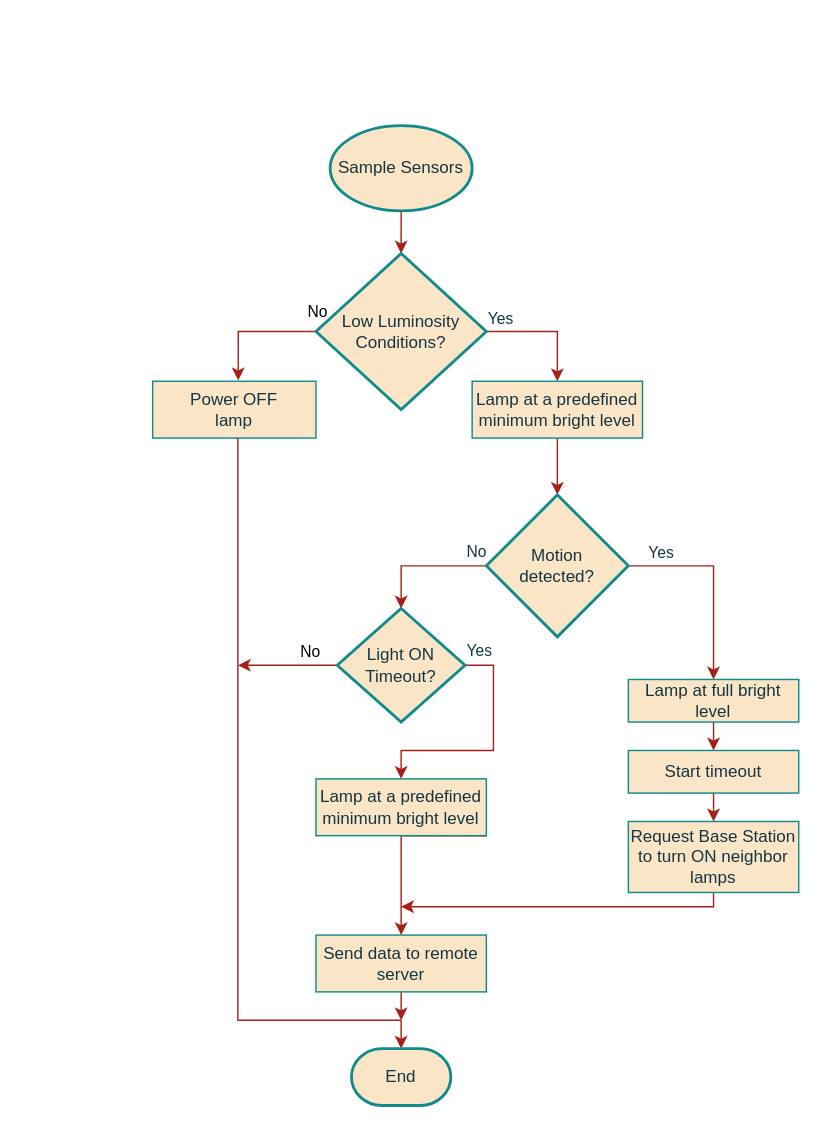
Earlier version of the draw.io diagram page "Copy of SampleSensors" (8 of 10) of project/report/flowcharts/LocalSystem.drawio (ESRGgroup9/slipad). Source tidied: cells renumbered, new cells numbered last; positions are measured from the earlier drawing's top-left corner, leaving out a move shared by most shapes. Both pictures are drawn from the tidied source at 142%, with x=0, y=0 at pixel (152, 125).
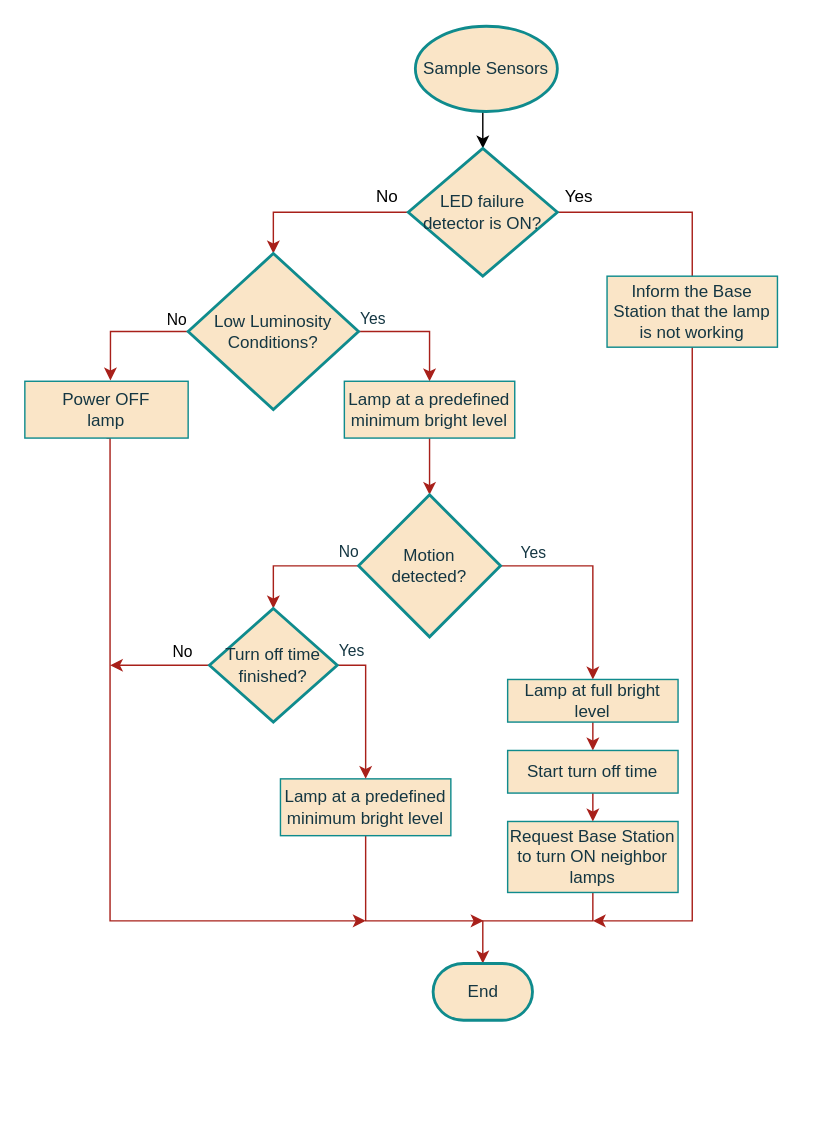
The same page after the edit.

Diff of the diagram source:
```diff
@@
-    <mxCell id="2" style="edgeStyle=orthogonalEdgeStyle;rounded=0;jettySize=auto;html=1;exitX=0.5;exitY=1;exitDx=0;exitDy=0;entryX=0.5;entryY=0;entryDx=0;entryDy=0;endArrow=classic;endFill=1;labelBackgroundColor=#DAD2D8;strokeColor=#A8201A;fontColor=#143642;" parent="1" edge="1" target="7">
-      <mxGeometry relative="1" as="geometry">
-        <mxPoint x="175" y="70" as="sourcePoint" />
+    <mxCell id="2" style="edgeStyle=orthogonalEdgeStyle;rounded=0;jettySize=auto;html=1;exitX=0;exitY=0.5;exitDx=0;exitDy=0;entryX=0.5;entryY=0;entryDx=0;entryDy=0;endArrow=classic;endFill=1;labelBackgroundColor=#DAD2D8;strokeColor=#A8201A;fontColor=#143642;" parent="1" edge="1" source="36" target="7">
+      <mxGeometry x="-0.27" y="-11" relative="1" as="geometry">
         <Array as="points">
-          <mxPoint x="175" y="40" />
+          <mxPoint x="85" y="61" />
         </Array>
       </mxGeometry>
     </mxCell>
@@
     <mxCell id="5" style="edgeStyle=orthogonalEdgeStyle;rounded=0;jettySize=auto;html=1;exitX=0;exitY=0.5;exitDx=0;exitDy=0;entryX=0.524;entryY=-0.015;entryDx=0;entryDy=0;endArrow=classic;endFill=1;strokeColor=#A8201A;entryPerimeter=0;" parent="1" edge="1" source="7" target="11">
       <mxGeometry relative="1" as="geometry">
         <Array as="points">
-          <mxPoint x="60" y="145" />
-          <mxPoint x="60" y="179" />
+          <mxPoint x="-30" y="145" />
+          <mxPoint x="-30" y="179" />
         </Array>
       </mxGeometry>
     </mxCell>
     <mxCell id="6" value="No" style="edgeLabel;html=1;align=center;verticalAlign=middle;" parent="5" vertex="1">
       <mxGeometry x="-0.68" y="3" relative="1" as="geometry">
-        <mxPoint x="14" y="-18" as="offset" />
+        <mxPoint x="5" y="-12" as="offset" />
       </mxGeometry>
     </mxCell>
     <mxCell id="7" value="Low Luminosity Conditions?" style="rhombus;whiteSpace=wrap;html=1;fillColor=#FAE5C7;strokeColor=#0F8B8D;fontColor=#143642;strokeWidth=2;" parent="1" vertex="1">
-      <mxGeometry x="115" y="90" width="120" height="110" as="geometry" />
+      <mxGeometry x="25" y="90" width="120" height="110" as="geometry" />
     </mxCell>
@@
     <mxCell id="9" value="Lamp at a predefined minimum bright level" style="rounded=0;whiteSpace=wrap;html=1;fillColor=#FAE5C7;strokeColor=#0F8B8D;fontColor=#143642;" parent="1" vertex="1">
-      <mxGeometry x="225" y="180" width="120" height="40" as="geometry" />
+      <mxGeometry x="135" y="180" width="120" height="40" as="geometry" />
     </mxCell>
-    <mxCell id="10" style="edgeStyle=orthogonalEdgeStyle;rounded=0;jettySize=auto;html=1;exitX=0.5;exitY=1;exitDx=0;exitDy=0;entryX=0.5;entryY=0;entryDx=0;entryDy=0;entryPerimeter=0;endArrow=classic;endFill=1;strokeColor=#A8201A;" parent="1" edge="1" source="11" target="26">
+    <mxCell id="10" style="edgeStyle=orthogonalEdgeStyle;rounded=0;jettySize=auto;html=1;exitX=0.5;exitY=1;exitDx=0;exitDy=0;endArrow=classic;endFill=1;strokeColor=#A8201A;" parent="1" edge="1" source="11">
       <mxGeometry relative="1" as="geometry">
+        <mxPoint x="150" y="560" as="targetPoint" />
         <Array as="points">
-          <mxPoint x="60" y="220" />
-          <mxPoint x="60" y="630" />
-          <mxPoint x="175" y="630" />
+          <mxPoint x="-30" y="220" />
+          <mxPoint x="-30" y="560" />
         </Array>
       </mxGeometry>
     </mxCell>
     <mxCell id="11" value="&lt;div&gt;Power OFF&lt;/div&gt;&lt;div&gt;lamp&lt;/div&gt;" style="rounded=0;whiteSpace=wrap;html=1;fillColor=#FAE5C7;strokeColor=#0F8B8D;fontColor=#143642;" parent="1" vertex="1">
-      <mxGeometry y="180" width="115" height="40" as="geometry" />
+      <mxGeometry x="-90" y="180" width="115" height="40" as="geometry" />
     </mxCell>
@@
     <mxCell id="14" value="No" style="edgeStyle=orthogonalEdgeStyle;rounded=0;jettySize=auto;html=1;entryX=0.5;entryY=0;entryDx=0;entryDy=0;endArrow=classic;endFill=1;labelBackgroundColor=none;strokeColor=#A8201A;fontColor=#143642;" parent="1" edge="1" source="15" target="23">
       <mxGeometry x="-0.85" y="-10" relative="1" as="geometry">
         <Array as="points">
-          <mxPoint x="175" y="310" />
+          <mxPoint x="85" y="310" />
         </Array>
       </mxGeometry>
     </mxCell>
     <mxCell id="15" value="&lt;div&gt;Motion &lt;br&gt;&lt;/div&gt;&lt;div&gt;detected?&lt;/div&gt;" style="rhombus;whiteSpace=wrap;html=1;fillColor=#FAE5C7;strokeColor=#0F8B8D;fontColor=#143642;strokeWidth=2;" parent="1" vertex="1">
-      <mxGeometry x="235" y="260" width="100" height="100" as="geometry" />
+      <mxGeometry x="145" y="260" width="100" height="100" as="geometry" />
     </mxCell>
@@
     <mxCell id="17" value="Lamp at full bright level" style="rounded=0;whiteSpace=wrap;html=1;fillColor=#FAE5C7;strokeColor=#0F8B8D;fontColor=#143642;" parent="1" vertex="1">
-      <mxGeometry x="335" y="390" width="120" height="30" as="geometry" />
+      <mxGeometry x="250" y="390" width="120" height="30" as="geometry" />
     </mxCell>
-    <mxCell id="18" style="edgeStyle=orthogonalEdgeStyle;rounded=0;jettySize=auto;html=1;exitX=0.5;exitY=1;exitDx=0;exitDy=0;endArrow=classic;endFill=1;strokeColor=#A8201A;entryX=0.5;entryY=0;entryDx=0;entryDy=0;" parent="1" edge="1" source="19" target="31">
-      <mxGeometry relative="1" as="geometry">
-        <Array as="points">
-          <mxPoint x="235" y="500" />
-          <mxPoint x="175" y="500" />
-        </Array>
-      </mxGeometry>
-    </mxCell>
+    <mxCell id="32" style="edgeStyle=orthogonalEdgeStyle;rounded=0;jettySize=auto;html=1;exitX=0.5;exitY=1;exitDx=0;exitDy=0;strokeColor=#A8201A;" parent="1" edge="1" source="19">
+      <mxGeometry relative="1" as="geometry">
+        <mxPoint x="233" y="560" as="targetPoint" />
+        <Array as="points">
+          <mxPoint x="150" y="560" />
+          <mxPoint x="233" y="560" />
+        </Array>
+      </mxGeometry>
+    </mxCell>
     <mxCell id="19" value="Lamp at a predefined minimum bright level" style="rounded=0;whiteSpace=wrap;html=1;fillColor=#FAE5C7;strokeColor=#0F8B8D;fontColor=#143642;" parent="1" vertex="1">
-      <mxGeometry x="115" y="460" width="120" height="40" as="geometry" />
+      <mxGeometry x="90" y="460" width="120" height="40" as="geometry" />
     </mxCell>
     <mxCell id="20" value="Yes" style="edgeStyle=orthogonalEdgeStyle;rounded=0;jettySize=auto;html=1;entryX=0.5;entryY=0;entryDx=0;entryDy=0;endArrow=classic;endFill=1;labelBackgroundColor=none;strokeColor=#A8201A;fontColor=#143642;" parent="1" edge="1" target="19">
-      <mxGeometry x="-0.48" y="10" relative="1" as="geometry">
-        <mxPoint x="175" y="380" as="sourcePoint" />
+      <mxGeometry x="-0.24" y="10" relative="1" as="geometry">
+        <mxPoint x="85" y="380" as="sourcePoint" />
         <Array as="points">
-          <mxPoint x="240" y="380" />
-          <mxPoint x="240" y="440" />
+          <mxPoint x="150" y="380" />
+          <mxPoint x="150" y="440" />
         </Array>
       </mxGeometry>
     </mxCell>
     <mxCell id="21" style="edgeStyle=orthogonalEdgeStyle;rounded=0;jettySize=auto;html=1;exitX=0;exitY=0.5;exitDx=0;exitDy=0;endArrow=classic;endFill=1;strokeColor=#A8201A;" parent="1" edge="1" source="23">
       <mxGeometry relative="1" as="geometry">
-        <mxPoint x="60" y="380" as="targetPoint" />
+        <mxPoint x="-30" y="380" as="targetPoint" />
       </mxGeometry>
     </mxCell>
@@
-    <mxCell id="23" value="&lt;div&gt;Light ON &lt;br&gt;&lt;/div&gt;&lt;div&gt;Timeout?&lt;/div&gt;" style="rhombus;whiteSpace=wrap;html=1;fillColor=#FAE5C7;strokeColor=#0F8B8D;fontColor=#143642;strokeWidth=2;" parent="1" vertex="1">
-      <mxGeometry x="130" y="340" width="90" height="80" as="geometry" />
+    <mxCell id="23" value="&lt;div&gt;Turn off time finished?&lt;/div&gt;" style="rhombus;whiteSpace=wrap;html=1;fillColor=#FAE5C7;strokeColor=#0F8B8D;fontColor=#143642;strokeWidth=2;" parent="1" vertex="1">
+      <mxGeometry x="40" y="340" width="90" height="80" as="geometry" />
     </mxCell>
-    <mxCell id="24" style="edgeStyle=orthogonalEdgeStyle;rounded=0;jettySize=auto;html=1;exitX=0.5;exitY=1;exitDx=0;exitDy=0;endArrow=classic;endFill=1;strokeColor=#A8201A;" parent="1" edge="1" source="25">
-      <mxGeometry relative="1" as="geometry">
-        <mxPoint x="175" y="550" as="targetPoint" />
-        <Array as="points">
-          <mxPoint x="395" y="550" />
-          <mxPoint x="175" y="550" />
-        </Array>
-      </mxGeometry>
-    </mxCell>
+    <mxCell id="33" style="edgeStyle=orthogonalEdgeStyle;rounded=0;jettySize=auto;html=1;exitX=0.5;exitY=1;exitDx=0;exitDy=0;entryX=0.5;entryY=0;entryDx=0;entryDy=0;strokeColor=#A8201A;" parent="1" edge="1" source="25">
+      <mxGeometry relative="1" as="geometry">
+        <mxPoint x="232.5" y="590" as="targetPoint" />
+        <Array as="points">
+          <mxPoint x="310" y="540" />
+          <mxPoint x="310" y="560" />
+          <mxPoint x="233" y="560" />
+        </Array>
+      </mxGeometry>
+    </mxCell>
     <mxCell id="25" value="Request Base Station to turn ON neighbor lamps" style="rounded=0;whiteSpace=wrap;html=1;fillColor=#FAE5C7;strokeColor=#0F8B8D;fontColor=#143642;" parent="1" vertex="1">
-      <mxGeometry x="335" y="490" width="120" height="50" as="geometry" />
+      <mxGeometry x="250" y="490" width="120" height="50" as="geometry" />
     </mxCell>
     <mxCell id="26" value="End" style="strokeWidth=2;html=1;shape=mxgraph.flowchart.terminator;whiteSpace=wrap;fontColor=#143642;strokeColor=#0F8B8D;fillColor=#FAE5C7;" parent="1" vertex="1">
-      <mxGeometry x="140" y="650" width="70" height="40" as="geometry" />
+      <mxGeometry x="197.5" y="590" width="70" height="40" as="geometry" />
     </mxCell>
+    <mxCell id="34" style="edgeStyle=orthogonalEdgeStyle;rounded=0;jettySize=auto;html=1;exitX=0.5;exitY=1;exitDx=0;exitDy=0;exitPerimeter=0;entryX=0.5;entryY=0;entryDx=0;entryDy=0;" parent="1" edge="1" source="27" target="36">
+      <mxGeometry relative="1" as="geometry" />
+    </mxCell>
     <mxCell id="27" value="&lt;div&gt;Sample Sensors&lt;/div&gt;" style="strokeWidth=2;html=1;shape=mxgraph.flowchart.start_1;whiteSpace=wrap;fontColor=#143642;strokeColor=#0F8B8D;fillColor=#FAE5C7;" parent="1" vertex="1">
-      <mxGeometry x="125" width="100" height="60" as="geometry" />
+      <mxGeometry x="185" y="-70" width="100" height="60" as="geometry" />
     </mxCell>
@@
-    <mxCell id="29" value="Start timeout" style="rounded=0;whiteSpace=wrap;html=1;fillColor=#FAE5C7;strokeColor=#0F8B8D;fontColor=#143642;" parent="1" vertex="1">
-      <mxGeometry x="335" y="440" width="120" height="30" as="geometry" />
+    <mxCell id="29" value="Start turn off time" style="rounded=0;whiteSpace=wrap;html=1;fillColor=#FAE5C7;strokeColor=#0F8B8D;fontColor=#143642;" parent="1" vertex="1">
+      <mxGeometry x="250" y="440" width="120" height="30" as="geometry" />
     </mxCell>
-    <mxCell id="30" style="edgeStyle=orthogonalEdgeStyle;rounded=0;jettySize=auto;html=1;exitX=0.5;exitY=1;exitDx=0;exitDy=0;endArrow=classic;endFill=1;strokeColor=#A8201A;" parent="1" edge="1" source="31">
-      <mxGeometry relative="1" as="geometry">
-        <mxPoint x="175" y="630" as="targetPoint" />
-      </mxGeometry>
-    </mxCell>
-    <mxCell id="31" value="Send data to remote server" style="rounded=0;whiteSpace=wrap;html=1;fillColor=#FAE5C7;strokeColor=#0F8B8D;fontColor=#143642;" parent="1" vertex="1">
-      <mxGeometry x="115" y="570" width="120" height="40" as="geometry" />
-    </mxCell>
+    <mxCell id="35" style="edgeStyle=orthogonalEdgeStyle;rounded=0;jettySize=auto;html=1;exitX=1;exitY=0.5;exitDx=0;exitDy=0;strokeColor=#A8201A;" parent="1" edge="1" source="36">
+      <mxGeometry relative="1" as="geometry">
+        <mxPoint x="310" y="560" as="targetPoint" />
+        <Array as="points">
+          <mxPoint x="380" y="61" />
+          <mxPoint x="380" y="560" />
+        </Array>
+      </mxGeometry>
+    </mxCell>
+    <mxCell id="36" value="&lt;div&gt;LED failure &lt;br&gt;&lt;/div&gt;&lt;div&gt;detector is ON?&lt;/div&gt;" style="rhombus;whiteSpace=wrap;html=1;fillColor=#FAE5C7;strokeColor=#0F8B8D;fontColor=#143642;strokeWidth=2;" parent="1" vertex="1">
+      <mxGeometry x="180" y="16" width="105" height="90" as="geometry" />
+    </mxCell>
+    <mxCell id="37" value="No" style="text;html=1;align=center;verticalAlign=middle;strokeColor=none;fillColor=none;" parent="1" vertex="1">
+      <mxGeometry x="150" y="40" width="30" height="20" as="geometry" />
+    </mxCell>
+    <mxCell id="38" value="Yes" style="text;html=1;align=center;verticalAlign=middle;strokeColor=none;fillColor=none;" parent="1" vertex="1">
+      <mxGeometry x="280" y="40" width="40" height="20" as="geometry" />
+    </mxCell>
+    <mxCell id="39" value="Inform the Base Station that the lamp is not working" style="rounded=0;whiteSpace=wrap;html=1;fillColor=#FAE5C7;strokeColor=#0F8B8D;fontColor=#143642;" parent="1" vertex="1">
+      <mxGeometry x="320" y="106" width="120" height="50" as="geometry" />
+    </mxCell>
```
